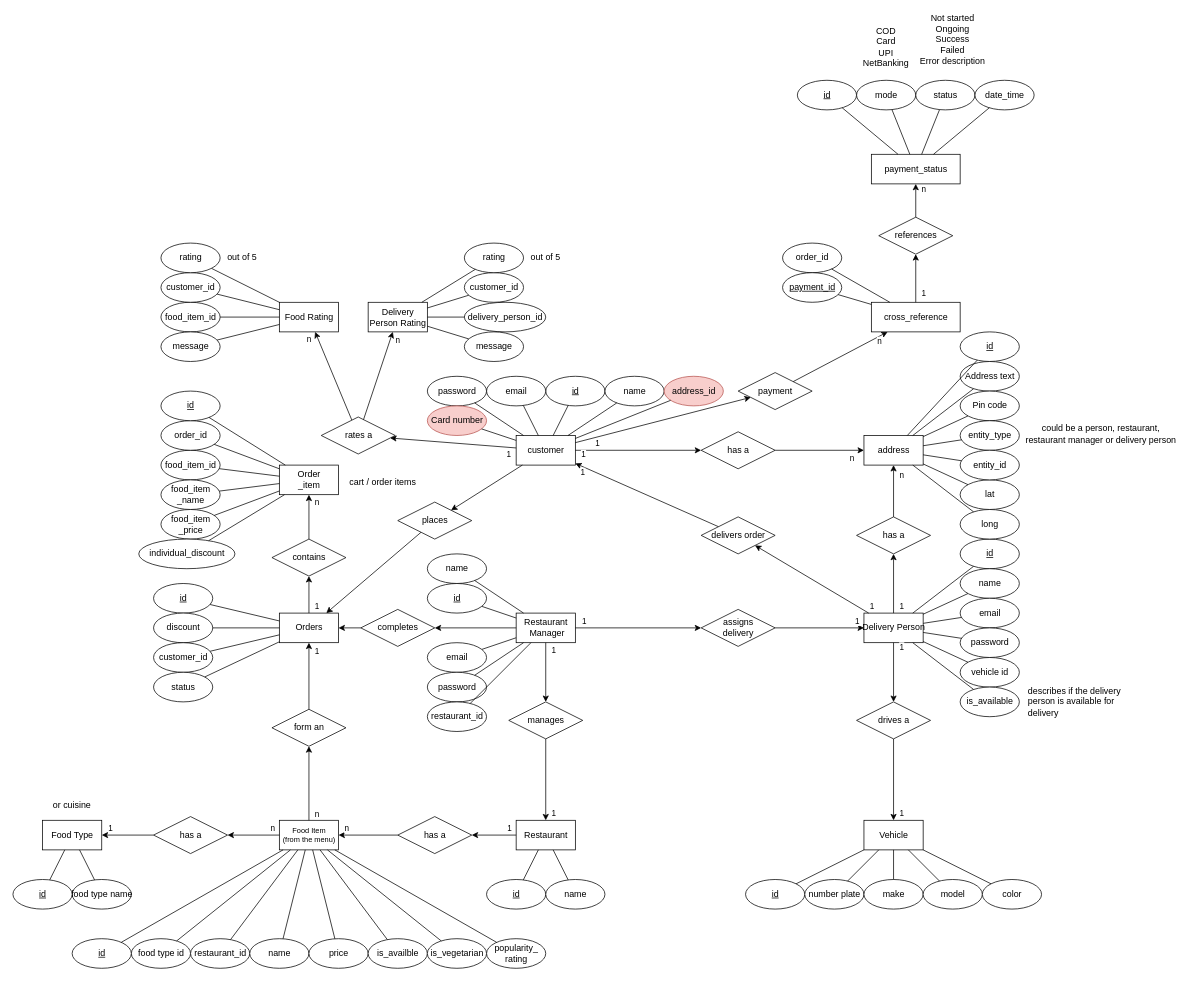
Earlier version of the draw.io diagram diagrams/ER/ER diagram.drawio (callofthewild/hunger-buzz). Source tidied: cells renumbered, new cells numbered last; positions are measured from the earlier drawing's top-left corner, leaving out a move shared by most shapes. Both pictures are drawn from the tidied source at 74%, with x=0, y=0 at pixel (13, 13).
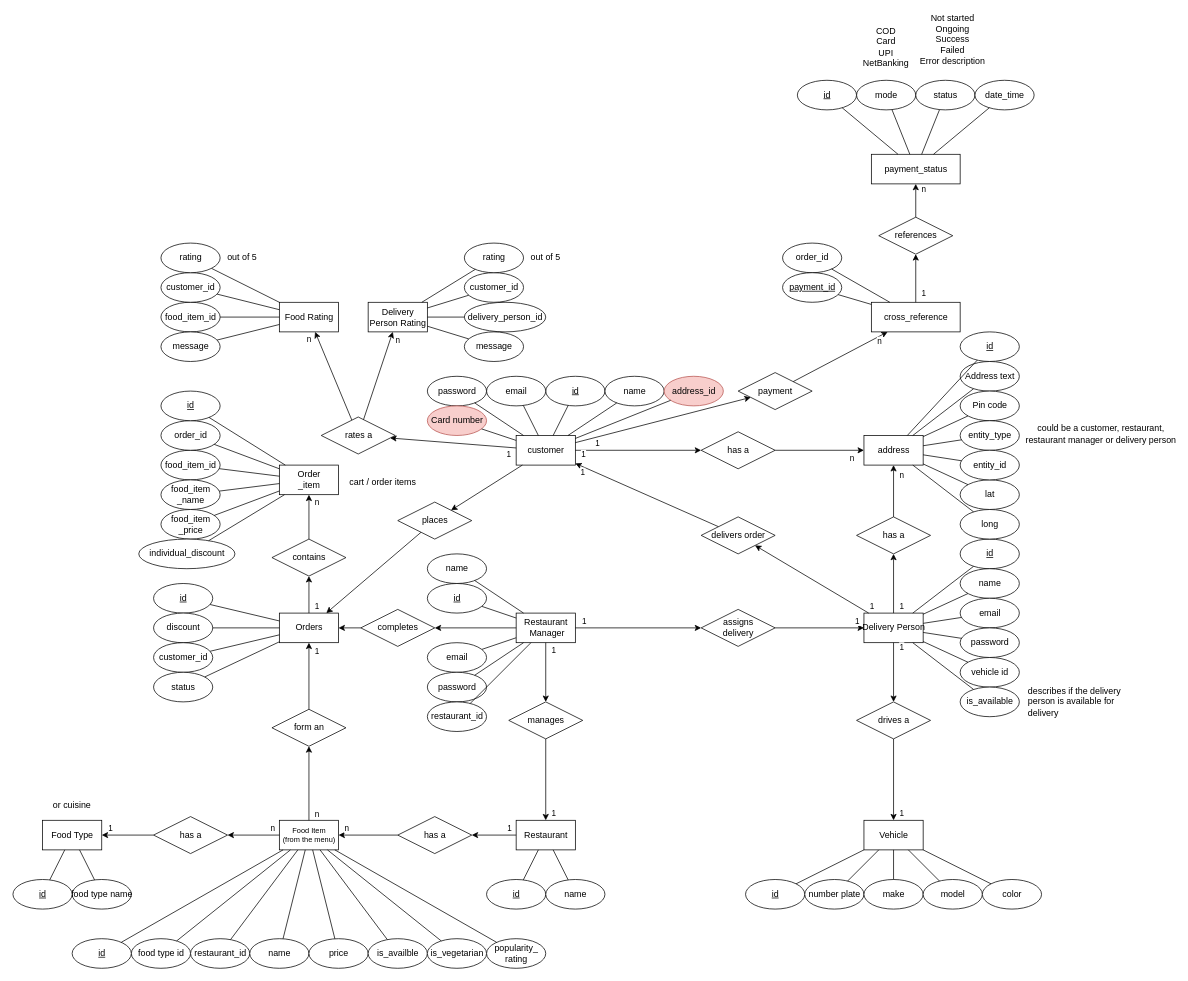
Above is the later version.

The edit, as a diff of the source:
```diff
@@
-    <mxCell id="76" value="&lt;div&gt;could be a person, restaurant,&lt;/div&gt;&lt;div&gt;restaurant manager or delivery person&lt;br&gt;&lt;/div&gt;" style="text;html=1;strokeColor=none;fillColor=none;align=center;verticalAlign=middle;rounded=0;" parent="1" vertex="1">
+    <mxCell id="76" value="&lt;div&gt;could be a customer, restaurant,&lt;/div&gt;&lt;div&gt;restaurant manager or delivery person&lt;br&gt;&lt;/div&gt;" style="text;html=1;strokeColor=none;fillColor=none;align=center;verticalAlign=middle;rounded=0;" parent="1" vertex="1">
       <mxGeometry x="1380" y="545" width="180" height="45" as="geometry" />
     </mxCell>
```
